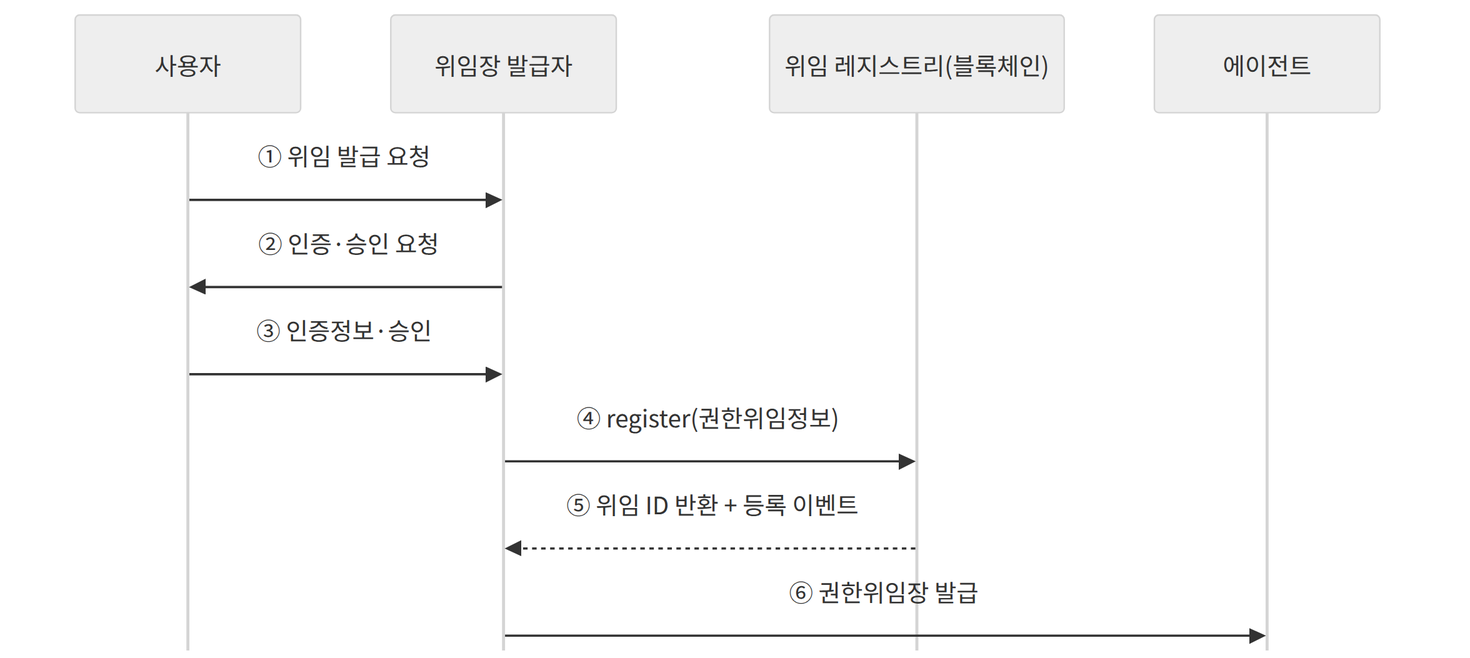
The Mermaid diagram docs/tta-standard/figures/fig2-registration-seq.png in jsong1230/meta-agents, before a commit. Its source is kept beside it as docs/tta-standard/figures/fig2-registration-seq.mmd.
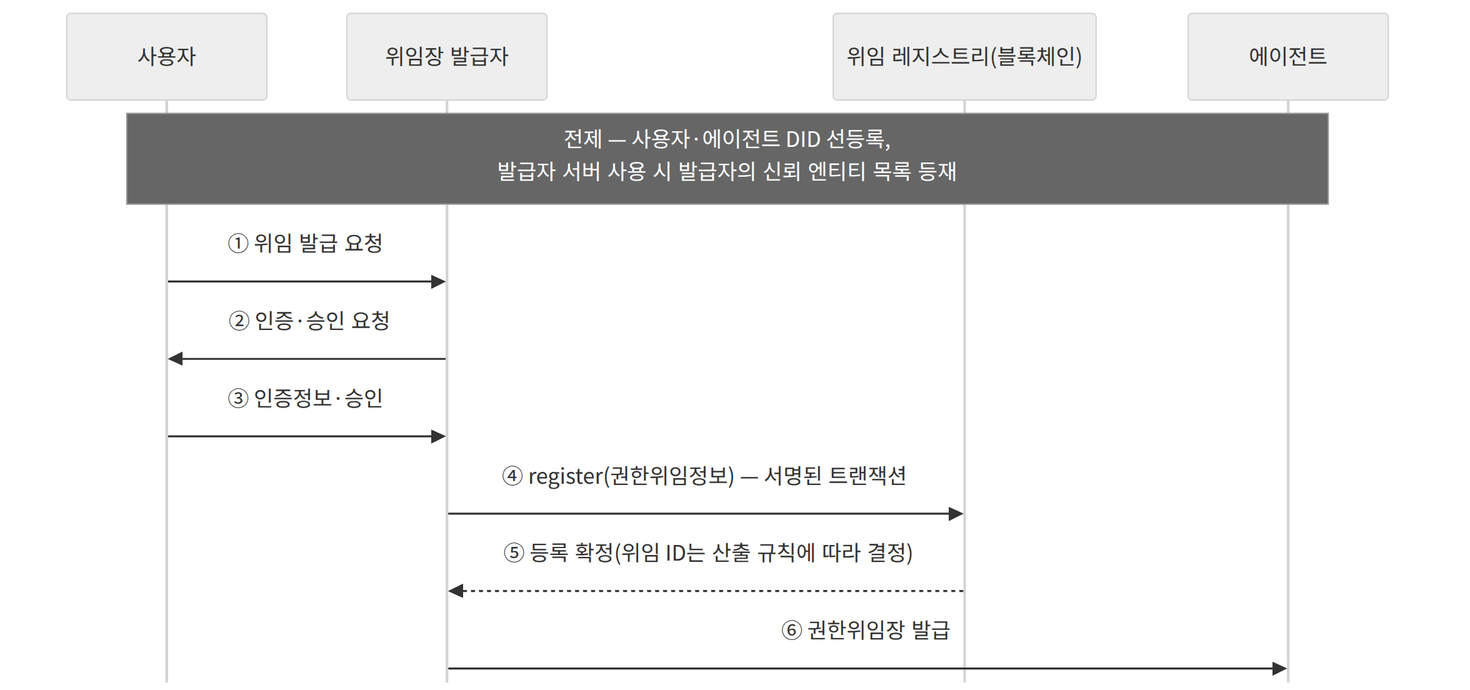
After the commit.

The edit, as a diff of the source:
```diff
@@ -3,9 +3,10 @@
     participant ISS as 위임장 발급자
     participant REG as 위임 레지스트리(블록체인)
     participant AG as 에이전트
+    Note over U,AG: 전제 — 사용자·에이전트 DID 선등록,<br/>발급자 서버 사용 시 발급자의 신뢰 엔티티 목록 등재
     U->>ISS: ① 위임 발급 요청
     ISS->>U: ② 인증·승인 요청
     U->>ISS: ③ 인증정보·승인
-    ISS->>REG: ④ register(권한위임정보)
-    REG-->>ISS: ⑤ 위임 ID 반환 + 등록 이벤트
+    ISS->>REG: ④ register(권한위임정보) — 서명된 트랜잭션
+    REG-->>ISS: ⑤ 등록 확정(위임 ID는 산출 규칙에 따라 결정)
     ISS->>AG: ⑥ 권한위임장 발급
```
